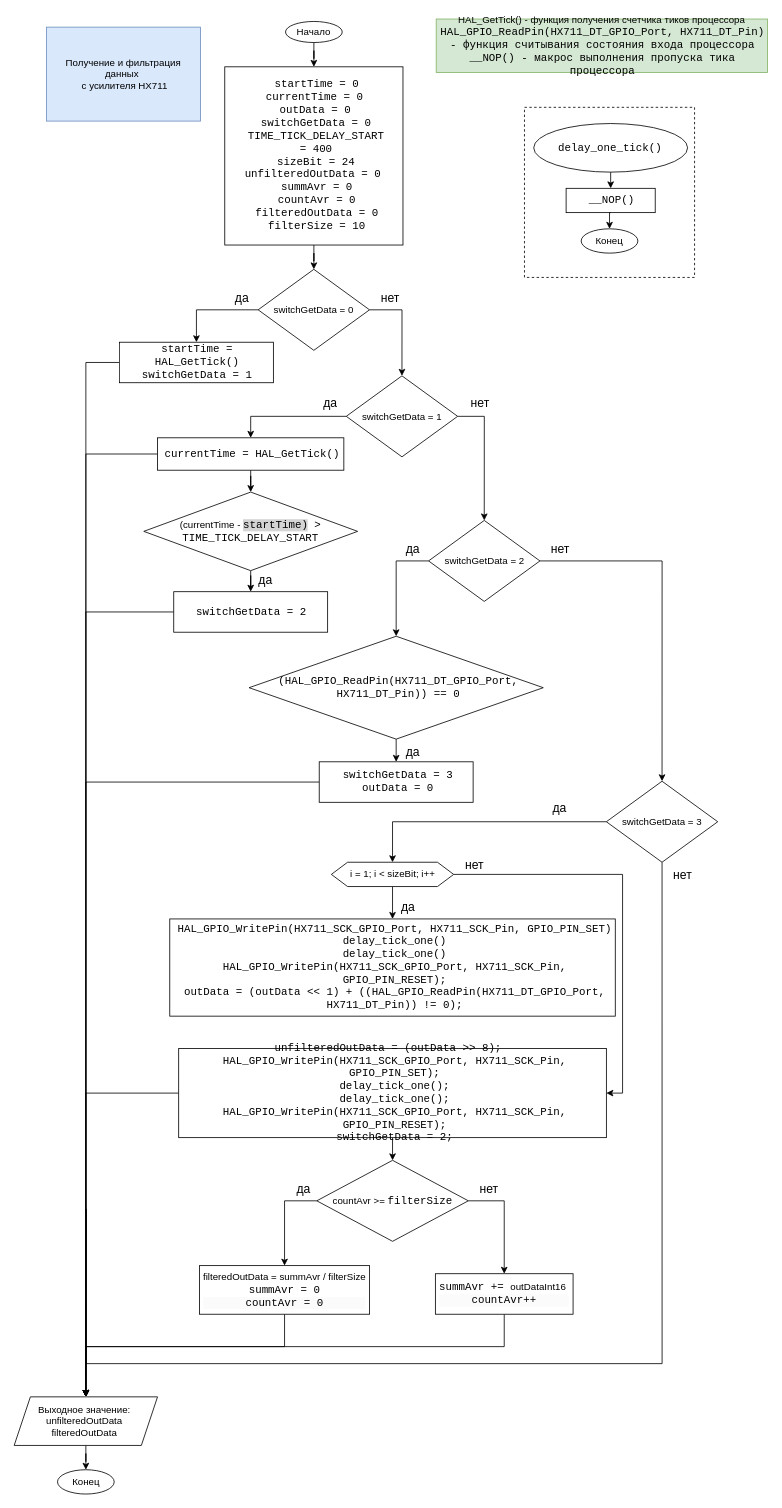
Uneld/DiplomGB_draft keeps this draw.io diagram as Блок схемы/Получение HX711.drawio. Above is the earlier version. Source tidied: cells renumbered, new cells numbered last; positions are measured from the earlier drawing's top-left corner, leaving out a move shared by most shapes. Both pictures are drawn from the tidied source at 81%, with x=0, y=0 at pixel (14, 19).
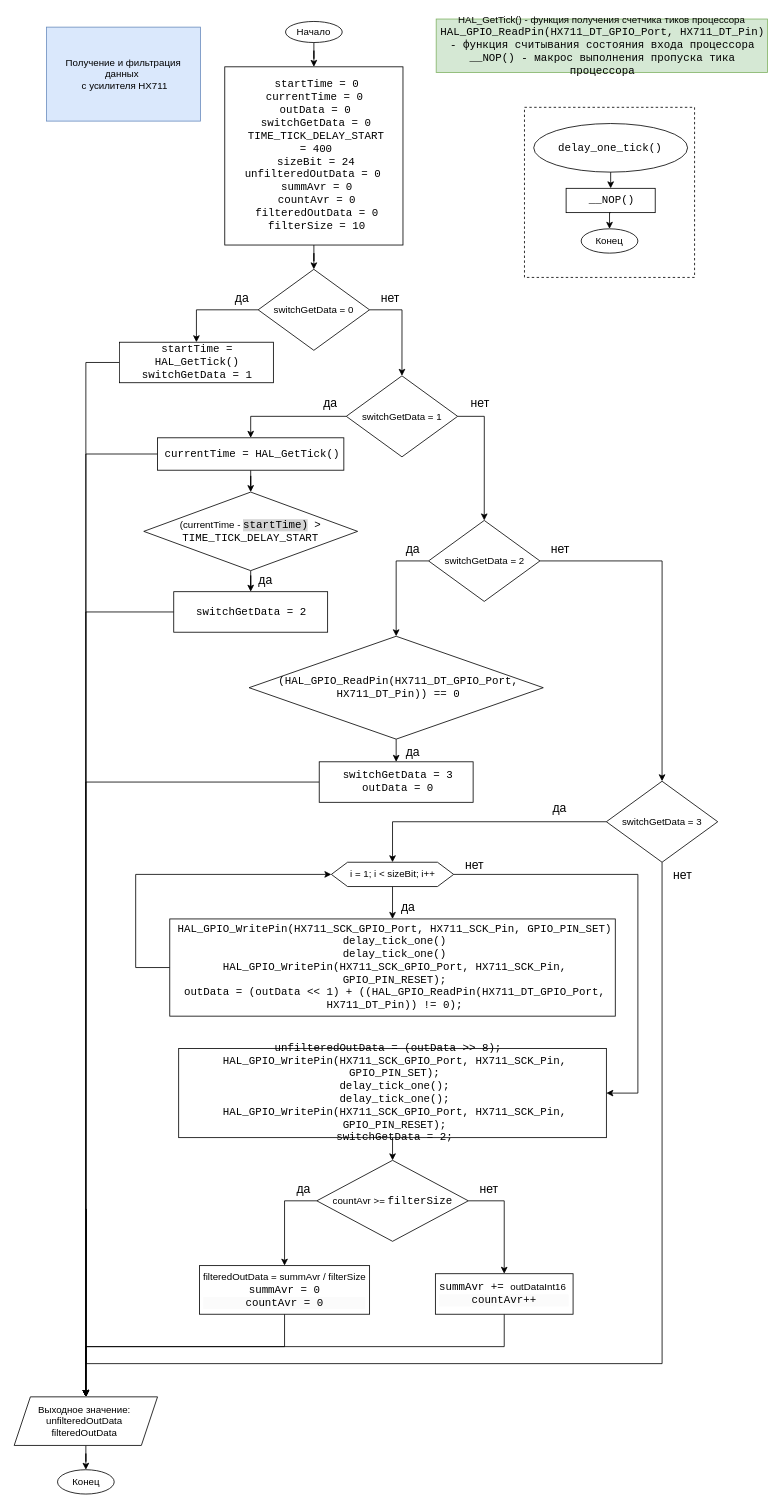
Above is the later version.

The change refers to these unchanged cells:
```xml
<mxCell id="43" value="i = 1; i &amp;lt;&amp;nbsp;sizeBit; i++" style="shape=hexagon;perimeter=hexagonPerimeter2;whiteSpace=wrap;html=1;fixedSize=1;" parent="1" vertex="1">
  <mxGeometry x="391.6" y="1041" width="151" height="30" as="geometry" />
</mxCell>
<mxCell id="44" value="&lt;div style=&quot;padding: 0px 0px 0px 2px;&quot;&gt;&lt;div style=&quot;font-family: Consolas; font-size: 10pt;&quot;&gt;&lt;div style=&quot;padding: 0px 0px 0px 2px;&quot;&gt;&lt;div style=&quot;font-size: 10pt;&quot;&gt;&lt;div style=&quot;padding: 0px 0px 0px 2px;&quot;&gt;&lt;div style=&quot;font-size: 10pt;&quot;&gt;&lt;p style=&quot;margin: 0px;&quot;&gt;&lt;span style=&quot;font-size: 10pt;&quot;&gt;HAL_GPIO_WritePin(HX711_SCK_GPIO_Port, HX711_SCK_Pin, GPIO_PIN_SET)&lt;/span&gt;&lt;/p&gt;&lt;p style=&quot;margin: 0px;&quot;&gt;&lt;span style=&quot;font-size: 10pt;&quot;&gt;delay_tick_one()&lt;/span&gt;&lt;/p&gt;&lt;p style=&quot;margin: 0px;&quot;&gt;&lt;span style=&quot;font-size: 10pt;&quot;&gt;delay_tick_one()&lt;/span&gt;&lt;/p&gt;&lt;p style=&quot;margin: 0px;&quot;&gt;HAL_GPIO_WritePin(HX711_SCK_GPIO_Port, HX711_SCK_Pin, GPIO_PIN_RESET);&lt;/p&gt;&lt;p style=&quot;margin: 0px;&quot;&gt;outData = (outData &amp;lt;&amp;lt; 1) + ((HAL_GPIO_ReadPin(HX711_DT_GPIO_Port, HX711_DT_Pin)) != 0);&lt;/p&gt;&lt;/div&gt;&lt;/div&gt;&lt;/div&gt;&lt;/div&gt;&lt;/div&gt;&lt;/div&gt;" style="rounded=0;whiteSpace=wrap;html=1;align=center;" parent="1" vertex="1">
  <mxGeometry x="192.1" y="1111" width="550" height="120" as="geometry" />
</mxCell>
<mxCell id="47" value="&lt;div style=&quot;padding: 0px 0px 0px 2px;&quot;&gt;&lt;div style=&quot;font-family: Consolas; font-size: 10pt;&quot;&gt;&lt;div style=&quot;padding: 0px 0px 0px 2px;&quot;&gt;&lt;div style=&quot;font-size: 10pt;&quot;&gt;&lt;div style=&quot;padding: 0px 0px 0px 2px;&quot;&gt;&lt;div style=&quot;font-size: 10pt;&quot;&gt;&lt;p style=&quot;margin: 0px;&quot;&gt;unfilteredOutData&amp;nbsp;&lt;span style=&quot;font-size: 10pt; background-color: initial;&quot;&gt;= (outData &amp;gt;&amp;gt; 8);&lt;/span&gt;&lt;span style=&quot;font-size: 10pt; background-color: initial;&quot;&gt;&amp;nbsp;&amp;nbsp;&lt;/span&gt;&lt;/p&gt;&lt;p style=&quot;margin: 0px;&quot;&gt;HAL_GPIO_WritePin(HX711_SCK_GPIO_Port, HX711_SCK_Pin, GPIO_PIN_SET);&lt;/p&gt;&lt;p style=&quot;margin: 0px;&quot;&gt;delay_tick_one();&lt;/p&gt;&lt;p style=&quot;margin: 0px;&quot;&gt;delay_tick_one();&lt;/p&gt;&lt;p style=&quot;margin: 0px;&quot;&gt;HAL_GPIO_WritePin(HX711_SCK_GPIO_Port, HX711_SCK_Pin, GPIO_PIN_RESET);&lt;/p&gt;&lt;p style=&quot;margin: 0px;&quot;&gt;switchGetData = 2;&lt;/p&gt;&lt;/div&gt;&lt;/div&gt;&lt;/div&gt;&lt;/div&gt;&lt;/div&gt;&lt;/div&gt;" style="rounded=0;whiteSpace=wrap;html=1;align=center;" parent="1" vertex="1">
  <mxGeometry x="203.1" y="1271" width="528" height="110" as="geometry" />
</mxCell>
<mxCell id="52" value="Выходное значение:&amp;nbsp;&lt;br&gt;unfilteredOutData&amp;nbsp;&lt;br&gt;filteredOutData&amp;nbsp;" style="shape=parallelogram;perimeter=parallelogramPerimeter;whiteSpace=wrap;html=1;fixedSize=1;" parent="1" vertex="1">
  <mxGeometry y="1701" width="177" height="60" as="geometry" />
</mxCell>
```

Change to the diagram source:
```diff
@@
     <mxCell id="42" style="edgeStyle=orthogonalEdgeStyle;rounded=0;jettySize=auto;html=1;exitX=1;exitY=0.5;exitDx=0;exitDy=0;entryX=1;entryY=0.5;entryDx=0;entryDy=0;" parent="1" edge="1" source="43" target="47">
-      <mxGeometry relative="1" as="geometry" />
+      <mxGeometry relative="1" as="geometry">
+        <Array as="points">
+          <mxPoint x="770" y="1056" />
+          <mxPoint x="770" y="1326" />
+        </Array>
+      </mxGeometry>
     </mxCell>
@@
+    <mxCell id="71" style="edgeStyle=orthogonalEdgeStyle;rounded=0;jettySize=auto;html=1;exitX=0;exitY=0.5;exitDx=0;exitDy=0;entryX=0;entryY=0.5;entryDx=0;entryDy=0;" parent="1" edge="1" source="44" target="43">
+      <mxGeometry relative="1" as="geometry">
+        <Array as="points">
+          <mxPoint x="150" y="1171" />
+          <mxPoint x="150" y="1056" />
+        </Array>
+      </mxGeometry>
+    </mxCell>
@@
-    <mxCell id="45" style="edgeStyle=orthogonalEdgeStyle;rounded=0;jettySize=auto;html=1;exitX=0;exitY=0.5;exitDx=0;exitDy=0;entryX=0.5;entryY=0;entryDx=0;entryDy=0;" parent="1" edge="1" source="47" target="52">
-      <mxGeometry relative="1" as="geometry" />
-    </mxCell>
```
